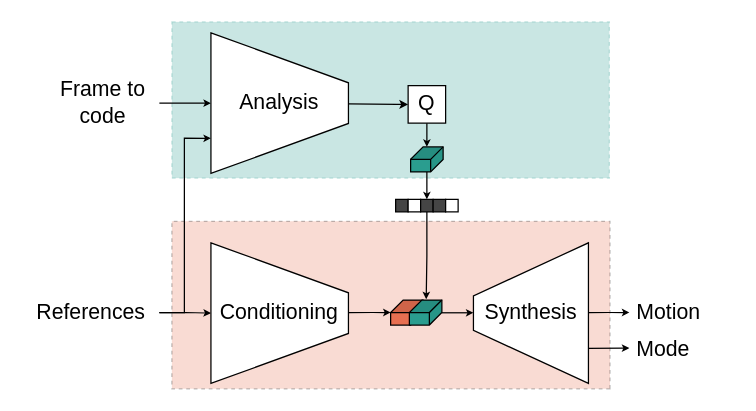
Earlier version of the draw.io diagram figures/key_elements/decoder-side-motion/motion-all.drawio (theoladune/AIVC-Seminar). Source tidied: cells renumbered, new cells numbered last; positions are measured from the earlier drawing's top-left corner, leaving out a move shared by most shapes. Both pictures are drawn from the tidied source at 125%, with x=0, y=0 at pixel (21, 21).
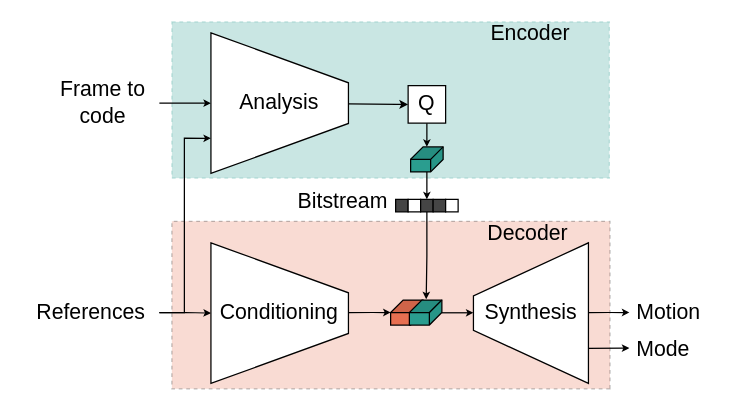
After the change.

Change to the diagram source:
```diff
@@
-    <mxCell id="26" value="Frame to code" style="text;html=1;strokeColor=none;fillColor=none;align=center;verticalAlign=middle;whiteSpace=wrap;rounded=0;fontFamily=Raleway;fontSize=17;fontStyle=0;strokeWidth=1;direction=east;" parent="1" vertex="1">
+    <mxCell id="26" value="Frame to code" style="text;html=1;strokeColor=none;fillColor=none;align=center;verticalAlign=middle;whiteSpace=wrap;rounded=0;fontFamily=Raleway;fontSize=17;fontStyle=0;strokeWidth=1;direction=east;fontColor=default;" parent="1" vertex="1">
       <mxGeometry x="20" y="55" width="90" height="20" as="geometry" />
     </mxCell>
@@
+    <mxCell id="32" value="Encoder" style="text;html=1;strokeColor=none;fillColor=none;align=center;verticalAlign=middle;whiteSpace=wrap;rounded=0;fontFamily=Raleway;fontSize=17;fontStyle=0;strokeWidth=1;direction=east;fontColor=default;" parent="1" vertex="1">
+      <mxGeometry x="362.2" width="90" height="20" as="geometry" />
+    </mxCell>
+    <mxCell id="33" value="Decoder" style="text;html=1;strokeColor=none;fillColor=none;align=center;verticalAlign=middle;whiteSpace=wrap;rounded=0;fontFamily=Raleway;fontSize=17;fontStyle=0;strokeWidth=1;direction=east;fontColor=default;" parent="1" vertex="1">
+      <mxGeometry x="360" y="159.5" width="90" height="20" as="geometry" />
+    </mxCell>
+    <mxCell id="34" value="Bitstream" style="text;html=1;strokeColor=none;fillColor=none;align=center;verticalAlign=middle;whiteSpace=wrap;rounded=0;fontFamily=Raleway;fontSize=17;fontStyle=0;strokeWidth=1;direction=east;fontColor=default;" parent="1" vertex="1">
+      <mxGeometry x="212" y="134" width="90" height="20" as="geometry" />
+    </mxCell>
```
